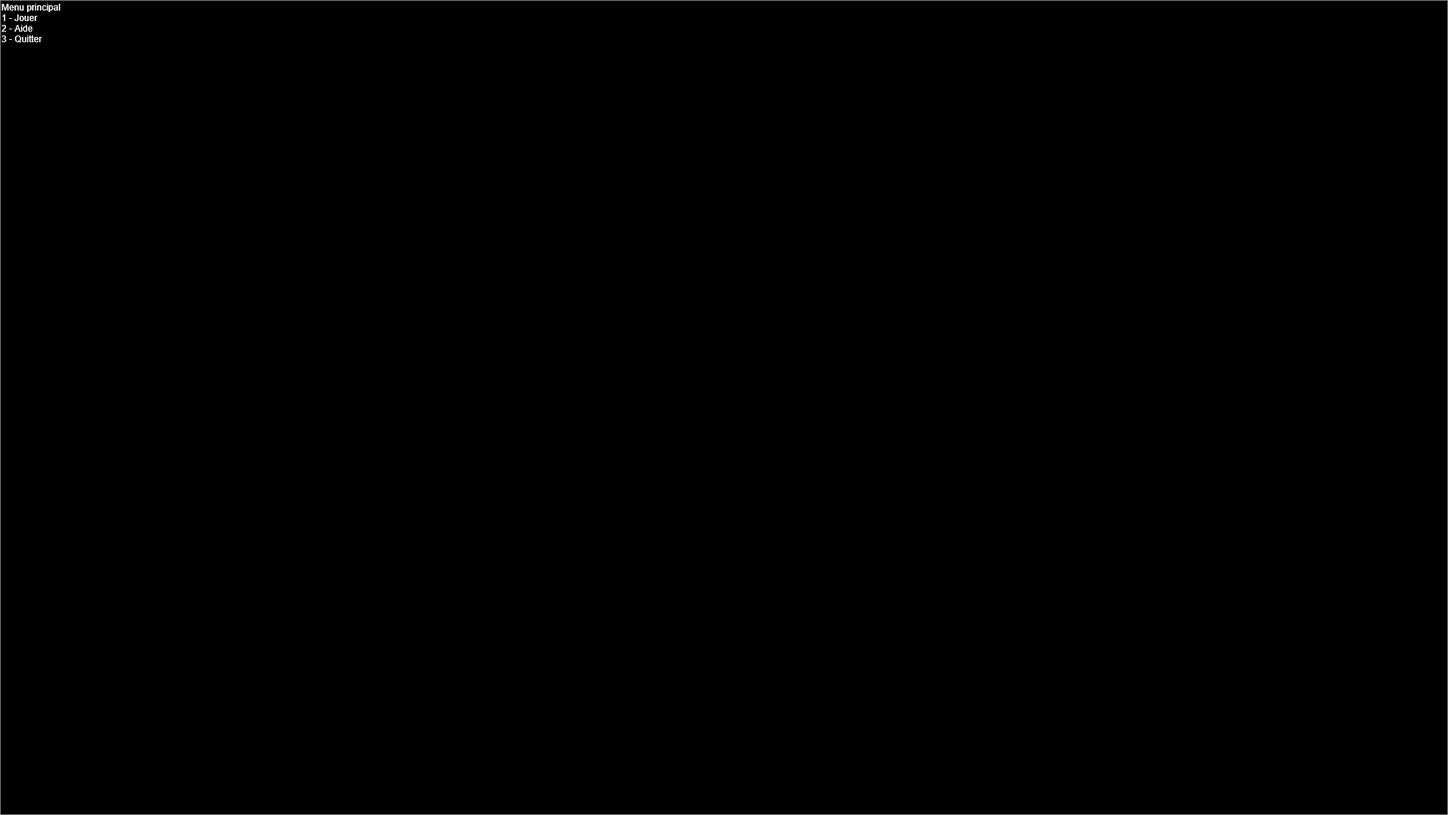
The draw.io diagram Maquettes PNG/Maquette_Menu_simple.png in R0kkxSynetique/Naval-strike, before a commit. Source tidied: cells renumbered, new cells last; positions are measured from the earlier drawing's top-left corner, leaving out a move shared by most shapes. Source of this version:
```xml
<mxGraphModel>
  <root>
    <mxCell id="0" />
    <mxCell id="1" parent="0" />
    <mxCell id="2" style="group;" parent="1" vertex="1">
      <mxGeometry width="1920" height="1080" as="geometry" />
    </mxCell>
    <mxCell id="3" style="rounded=0;whiteSpace=wrap;html=1;strokeColor=none;fillColor=#000000;" parent="2" vertex="1">
      <mxGeometry width="1920" height="1080" as="geometry" />
    </mxCell>
    <mxCell id="4" value="&lt;font color=&quot;#ffffff&quot;&gt;Menu principal&lt;br&gt;1 - Jouer&lt;br&gt;2 - Aide&lt;br&gt;3 - Quitter&lt;/font&gt;" style="text;html=1;strokeColor=none;fillColor=none;align=left;verticalAlign=middle;whiteSpace=wrap;rounded=0;" parent="2" vertex="1">
      <mxGeometry width="223" height="60" as="geometry" />
    </mxCell>
  </root>
</mxGraphModel>
```
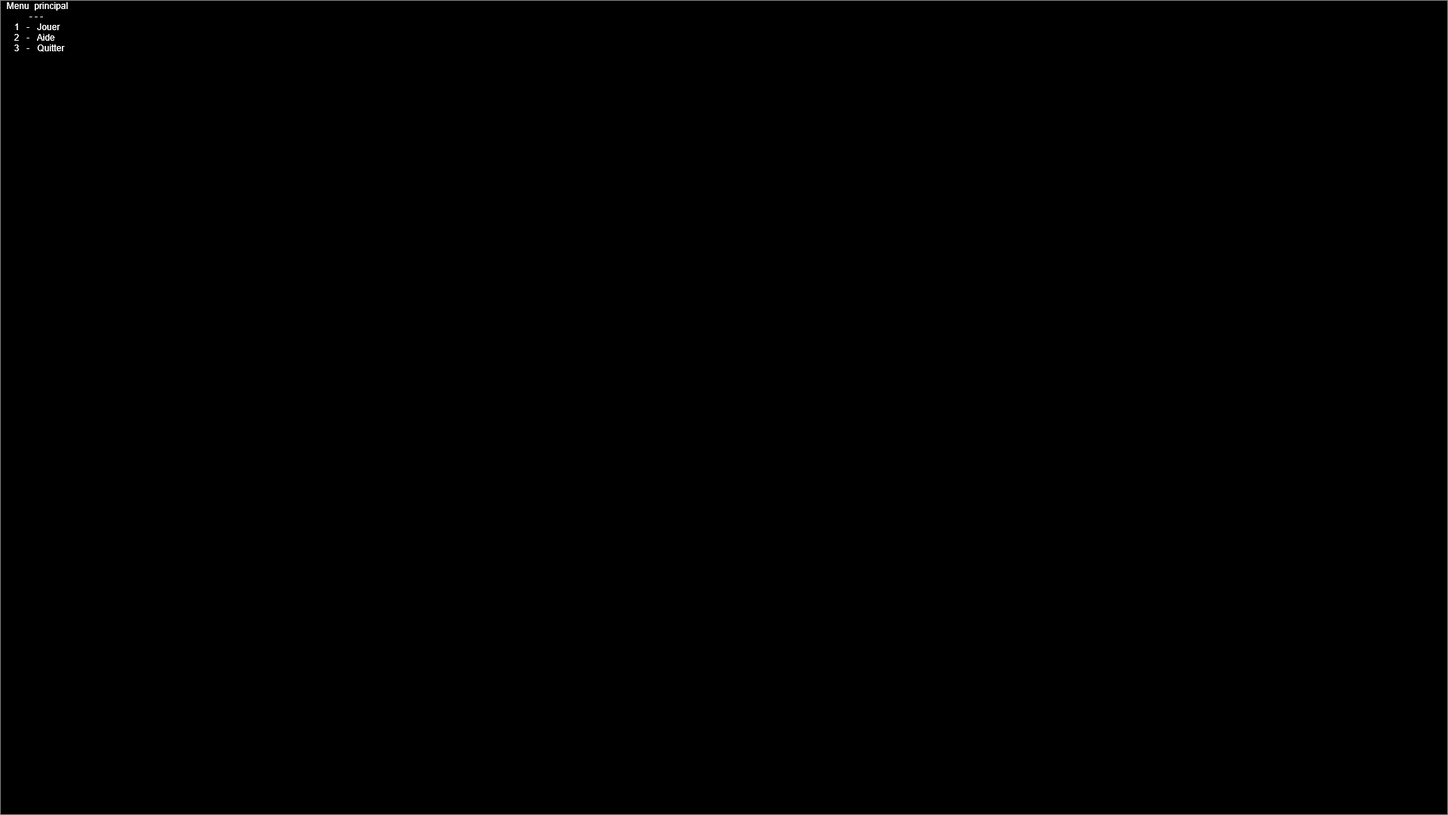
The same diagram one commit later.

What changed in the source:
```diff
@@ -8,8 +8,8 @@
     <mxCell id="3" style="rounded=0;whiteSpace=wrap;html=1;strokeColor=none;fillColor=#000000;" parent="2" vertex="1">
       <mxGeometry width="1920" height="1080" as="geometry" />
     </mxCell>
-    <mxCell id="4" value="&lt;font color=&quot;#ffffff&quot;&gt;Menu principal&lt;br&gt;1 - Jouer&lt;br&gt;2 - Aide&lt;br&gt;3 - Quitter&lt;/font&gt;" style="text;html=1;strokeColor=none;fillColor=none;align=left;verticalAlign=middle;whiteSpace=wrap;rounded=0;" parent="2" vertex="1">
-      <mxGeometry width="223" height="60" as="geometry" />
+    <mxCell id="4" value="&lt;font color=&quot;#ffffff&quot;&gt;&amp;nbsp; Menu&amp;nbsp; principal&lt;br&gt;&amp;nbsp; &amp;nbsp; &amp;nbsp; &amp;nbsp; &amp;nbsp; &amp;nbsp;- - -&lt;br&gt;&amp;nbsp; &amp;nbsp; &amp;nbsp;1&amp;nbsp; &amp;nbsp;-&amp;nbsp; &amp;nbsp;Jouer&lt;br&gt;&amp;nbsp; &amp;nbsp; &amp;nbsp;2&amp;nbsp; &amp;nbsp;-&amp;nbsp; &amp;nbsp;Aide&lt;br&gt;&amp;nbsp; &amp;nbsp; &amp;nbsp;3&amp;nbsp; &amp;nbsp;-&amp;nbsp; &amp;nbsp;Quitter&lt;/font&gt;" style="text;html=1;strokeColor=none;fillColor=none;align=left;verticalAlign=middle;whiteSpace=wrap;rounded=0;" parent="2" vertex="1">
+      <mxGeometry width="223" height="70" as="geometry" />
     </mxCell>
   </root>
 </mxGraphModel>
```
